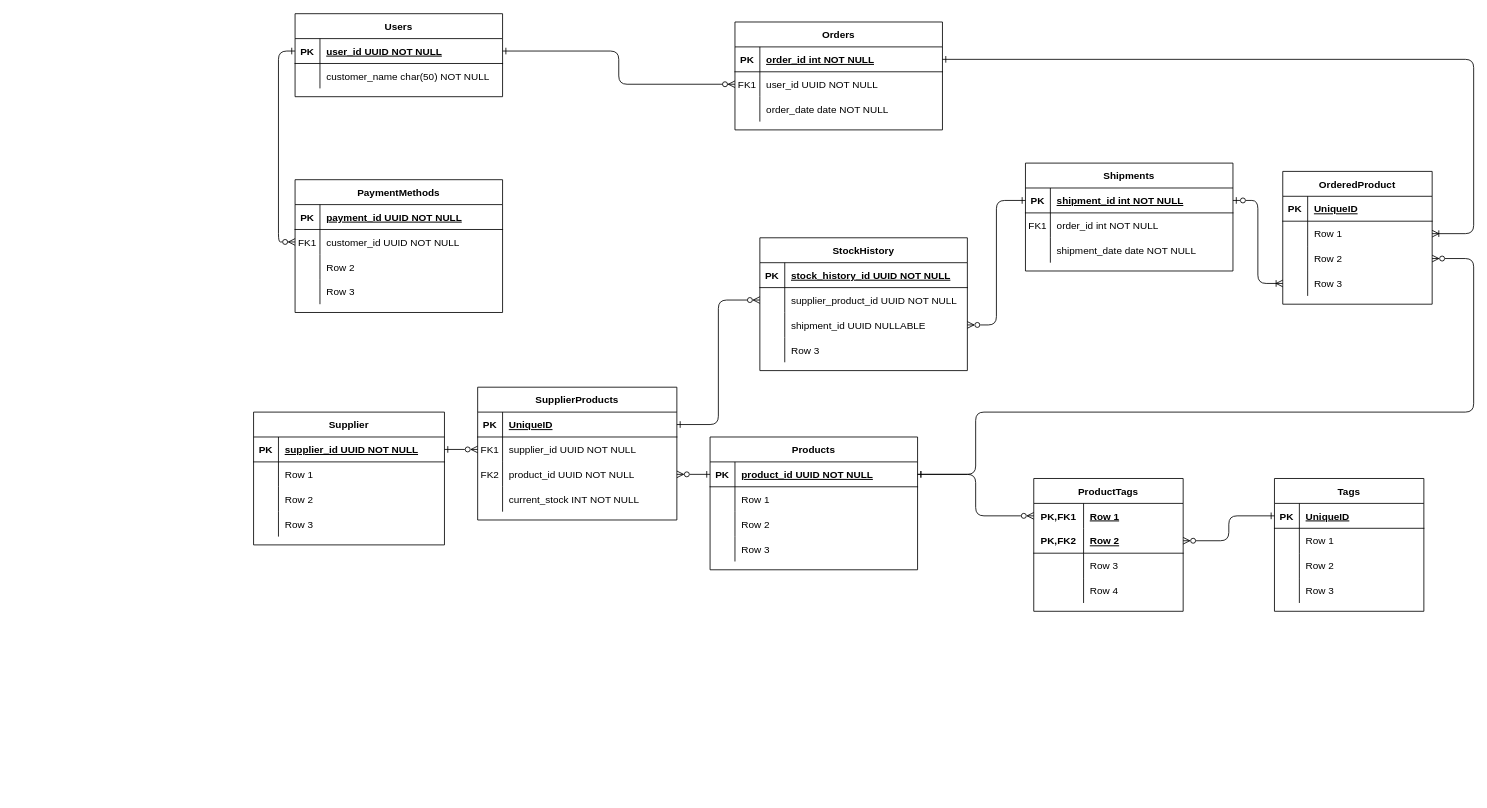
dnguyentrung1994/amazon-clone keeps this draw.io diagram as Amazon-clone.drawio. Above is the earlier version. Source tidied: cells renumbered, new cells numbered last; positions are measured from the earlier drawing's top-left corner, leaving out a move shared by most shapes. Both pictures are drawn from the tidied source at 83%, with x=0, y=0 at pixel (253, 13).
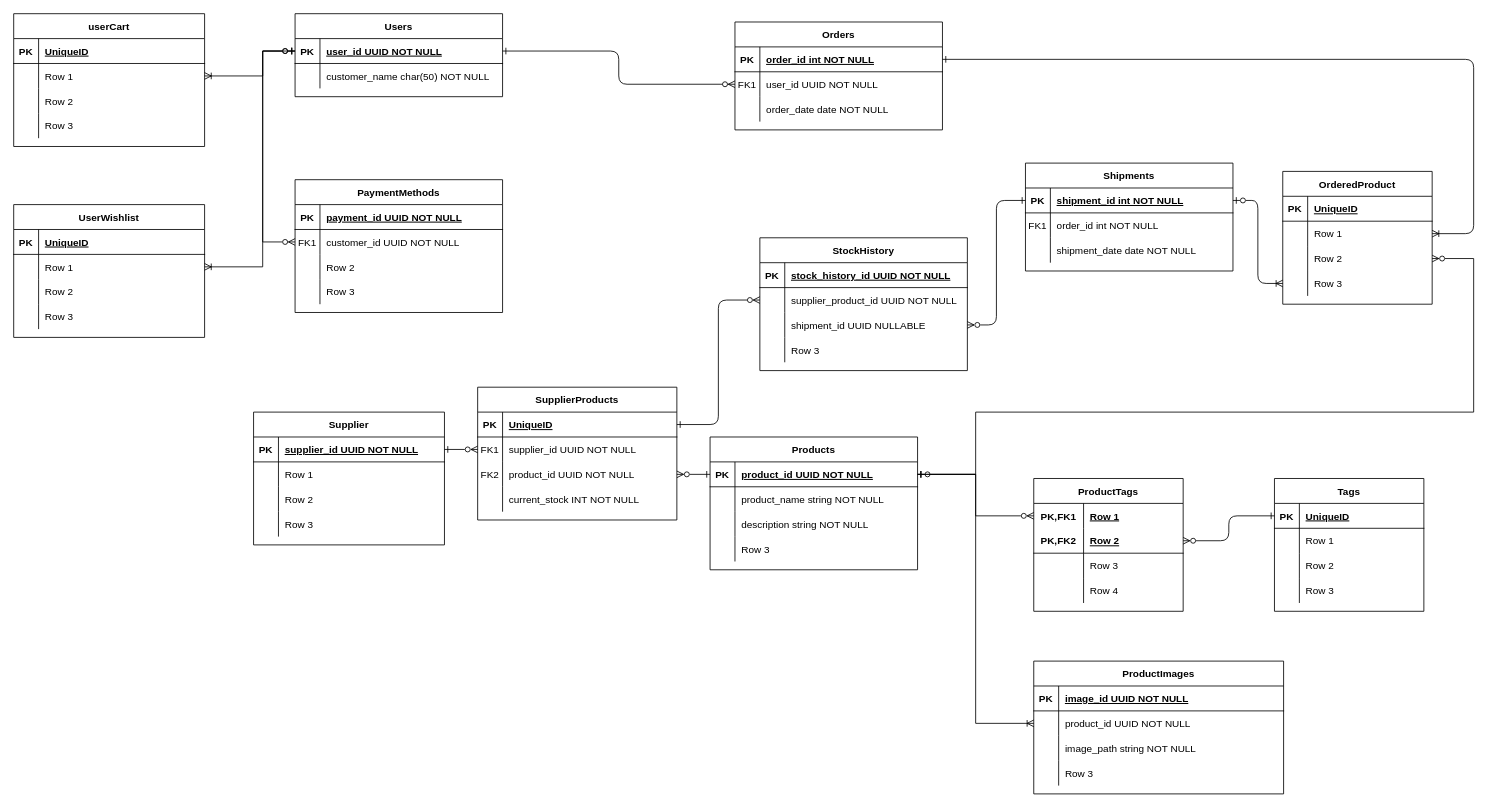
Above is the later version.

The change refers to these unchanged cells:
```xml
<mxCell id="24" style="shape=partialRectangle;fillColor=none;points=[[0,0.5],[1,0.5]];portConstraint=eastwest;top=0;left=0;right=0;bottom=1;" parent="23" vertex="1">
  <mxGeometry y="30" width="250" height="30" as="geometry" />
</mxCell>
<mxCell id="34" style="shape=tableRow;horizontal=0;startSize=0;swimlaneHead=0;swimlaneBody=0;fillColor=none;points=[[0,0.5],[1,0.5]];portConstraint=eastwest;top=0;left=0;right=0;bottom=0;" parent="30" vertex="1">
  <mxGeometry y="60" width="250" height="30" as="geometry" />
</mxCell>
<mxCell id="45" style="shape=tableRow;horizontal=0;startSize=0;swimlaneHead=0;swimlaneBody=0;fillColor=none;points=[[0,0.5],[1,0.5]];portConstraint=eastwest;top=0;left=0;right=0;bottom=1;" parent="44" vertex="1">
  <mxGeometry y="30" width="250" height="30" as="geometry" />
</mxCell>
<mxCell id="48" style="shape=tableRow;horizontal=0;startSize=0;swimlaneHead=0;swimlaneBody=0;fillColor=none;top=0;left=0;right=0;bottom=0;" parent="44" vertex="1">
  <mxGeometry y="60" width="250" height="30" as="geometry" />
</mxCell>
<mxCell id="51" style="shape=tableRow;horizontal=0;startSize=0;swimlaneHead=0;swimlaneBody=0;fillColor=none;top=0;left=0;right=0;bottom=0;" parent="44" vertex="1">
  <mxGeometry y="90" width="250" height="30" as="geometry" />
</mxCell>
<mxCell id="84" style="shape=tableRow;horizontal=0;startSize=0;swimlaneHead=0;swimlaneBody=0;fillColor=none;points=[[0,0.5],[1,0.5]];portConstraint=eastwest;top=0;left=0;right=0;bottom=0;" parent="83" vertex="1">
  <mxGeometry y="30" width="180" height="30" as="geometry" />
</mxCell>
<mxCell id="137" style="shape=tableRow;horizontal=0;startSize=0;swimlaneHead=0;swimlaneBody=0;fillColor=none;points=[[0,0.5],[1,0.5]];portConstraint=eastwest;top=0;left=0;right=0;bottom=0;" parent="130" vertex="1">
  <mxGeometry y="90" width="180" height="30" as="geometry" />
</mxCell>
```

What changed in the source:
```diff
@@
-    <mxCell id="43" style="edgeStyle=orthogonalEdgeStyle;rounded=1;jettySize=auto;html=1;exitX=0;exitY=0.5;exitDx=0;exitDy=0;startArrow=ERone;startFill=0;endArrow=ERzeroToMany;endFill=0;" parent="1" edge="1" source="24" target="34">
+    <mxCell id="43" style="edgeStyle=orthogonalEdgeStyle;rounded=0;jettySize=auto;html=1;exitX=0;exitY=0.5;exitDx=0;exitDy=0;startArrow=ERone;startFill=0;endArrow=ERzeroToMany;endFill=0;" parent="1" edge="1" source="24" target="34">
       <mxGeometry relative="1" as="geometry">
         <Array as="points">
-          <mxPoint x="30" y="45" />
-          <mxPoint x="30" y="275" />
+          <mxPoint x="11" y="45" />
+          <mxPoint x="11" y="275" />
         </Array>
       </mxGeometry>
     </mxCell>
@@
-    <mxCell id="50" value="Row 1" style="shape=partialRectangle;fillColor=none;top=0;left=0;bottom=0;right=0;align=left;spacingLeft=6;overflow=hidden;" parent="48" vertex="1">
+    <mxCell id="50" value="product_name string NOT NULL" style="shape=partialRectangle;fillColor=none;top=0;left=0;bottom=0;right=0;align=left;spacingLeft=6;overflow=hidden;" parent="48" vertex="1">
       <mxGeometry x="30" width="220" height="30" as="geometry" />
     </mxCell>
@@
-    <mxCell id="53" value="Row 2" style="shape=partialRectangle;fillColor=none;top=0;left=0;bottom=0;right=0;align=left;spacingLeft=6;overflow=hidden;" parent="51" vertex="1">
+    <mxCell id="53" value="description string NOT NULL" style="shape=partialRectangle;fillColor=none;top=0;left=0;bottom=0;right=0;align=left;spacingLeft=6;overflow=hidden;" parent="51" vertex="1">
       <mxGeometry x="30" width="220" height="30" as="geometry" />
     </mxCell>
@@
-    <mxCell id="96" style="edgeStyle=orthogonalEdgeStyle;rounded=1;jettySize=auto;html=1;exitX=1;exitY=0.5;exitDx=0;exitDy=0;entryX=0;entryY=0.5;entryDx=0;entryDy=0;startArrow=ERone;startFill=0;endArrow=ERzeroToMany;endFill=0;" parent="1" edge="1" source="45" target="84">
+    <mxCell id="96" style="edgeStyle=orthogonalEdgeStyle;rounded=0;jettySize=auto;html=1;exitX=1;exitY=0.5;exitDx=0;exitDy=0;entryX=0;entryY=0.5;entryDx=0;entryDy=0;startArrow=ERone;startFill=0;endArrow=ERzeroToMany;endFill=0;" parent="1" edge="1" source="45" target="84">
       <mxGeometry relative="1" as="geometry" />
     </mxCell>
@@
-    <mxCell id="129" style="edgeStyle=orthogonalEdgeStyle;rounded=1;jettySize=auto;html=1;exitX=1;exitY=0.5;exitDx=0;exitDy=0;startArrow=ERone;startFill=0;endArrow=ERzeroToMany;endFill=0;entryX=1;entryY=0.5;entryDx=0;entryDy=0;" parent="1" edge="1" source="45" target="137">
+    <mxCell id="129" style="edgeStyle=orthogonalEdgeStyle;rounded=0;jettySize=auto;html=1;exitX=1;exitY=0.5;exitDx=0;exitDy=0;startArrow=ERone;startFill=0;endArrow=ERzeroToMany;endFill=0;entryX=1;entryY=0.5;entryDx=0;entryDy=0;" parent="1" edge="1" source="45" target="137">
       <mxGeometry relative="1" as="geometry">
         <Array as="points">
           <mxPoint x="870" y="555" />
           <mxPoint x="870" y="480" />
           <mxPoint x="1470" y="480" />
           <mxPoint x="1470" y="295" />
         </Array>
       </mxGeometry>
     </mxCell>
@@
+    <mxCell id="144" value="ProductImages" style="shape=table;startSize=30;childLayout=tableLayout;rowLines=0;fontStyle=1;align=center;" parent="1" vertex="1">
+      <mxGeometry x="940" y="780" width="301" height="160" as="geometry" />
+    </mxCell>
+    <mxCell id="145" style="shape=tableRow;horizontal=0;startSize=0;swimlaneHead=0;swimlaneBody=0;fillColor=none;top=0;left=0;right=0;bottom=1;" parent="144" vertex="1">
+      <mxGeometry y="30" width="301" height="30" as="geometry" />
+    </mxCell>
+    <mxCell id="146" value="PK" style="shape=partialRectangle;fillColor=none;top=0;left=0;bottom=0;right=0;fontStyle=1;overflow=hidden;" parent="145" vertex="1">
+      <mxGeometry width="30" height="30" as="geometry" />
+    </mxCell>
+    <mxCell id="147" value="image_id UUID NOT NULL" style="shape=partialRectangle;fillColor=none;top=0;left=0;bottom=0;right=0;align=left;spacingLeft=6;fontStyle=5;overflow=hidden;" parent="145" vertex="1">
+      <mxGeometry x="30" width="271" height="30" as="geometry" />
+    </mxCell>
+    <mxCell id="148" style="shape=tableRow;horizontal=0;startSize=0;swimlaneHead=0;swimlaneBody=0;fillColor=none;points=[[0,0.5],[1,0.5]];portConstraint=eastwest;top=0;left=0;right=0;bottom=0;" parent="144" vertex="1">
+      <mxGeometry y="60" width="301" height="30" as="geometry" />
+    </mxCell>
+    <mxCell id="149" style="shape=partialRectangle;fillColor=none;top=0;left=0;bottom=0;right=0;overflow=hidden;" parent="148" vertex="1">
+      <mxGeometry width="30" height="30" as="geometry" />
+    </mxCell>
+    <mxCell id="150" value="product_id UUID NOT NULL" style="shape=partialRectangle;fillColor=none;top=0;left=0;bottom=0;right=0;align=left;spacingLeft=6;overflow=hidden;" parent="148" vertex="1">
+      <mxGeometry x="30" width="271" height="30" as="geometry" />
+    </mxCell>
+    <mxCell id="151" style="shape=tableRow;horizontal=0;startSize=0;swimlaneHead=0;swimlaneBody=0;fillColor=none;top=0;left=0;right=0;bottom=0;" parent="144" vertex="1">
+      <mxGeometry y="90" width="301" height="30" as="geometry" />
+    </mxCell>
+    <mxCell id="152" style="shape=partialRectangle;fillColor=none;top=0;left=0;bottom=0;right=0;overflow=hidden;" parent="151" vertex="1">
+      <mxGeometry width="30" height="30" as="geometry" />
+    </mxCell>
+    <mxCell id="153" value="image_path string NOT NULL" style="shape=partialRectangle;fillColor=none;top=0;left=0;bottom=0;right=0;align=left;spacingLeft=6;overflow=hidden;" parent="151" vertex="1">
+      <mxGeometry x="30" width="271" height="30" as="geometry" />
+    </mxCell>
+    <mxCell id="154" style="shape=tableRow;horizontal=0;startSize=0;swimlaneHead=0;swimlaneBody=0;fillColor=none;top=0;left=0;right=0;bottom=0;" parent="144" vertex="1">
+      <mxGeometry y="120" width="301" height="30" as="geometry" />
+    </mxCell>
+    <mxCell id="155" style="shape=partialRectangle;fillColor=none;top=0;left=0;bottom=0;right=0;overflow=hidden;" parent="154" vertex="1">
+      <mxGeometry width="30" height="30" as="geometry" />
+    </mxCell>
+    <mxCell id="156" value="Row 3" style="shape=partialRectangle;fillColor=none;top=0;left=0;bottom=0;right=0;align=left;spacingLeft=6;overflow=hidden;" parent="154" vertex="1">
+      <mxGeometry x="30" width="271" height="30" as="geometry" />
+    </mxCell>
+    <mxCell id="157" style="edgeStyle=orthogonalEdgeStyle;rounded=0;jettySize=auto;html=1;exitX=1;exitY=0.5;exitDx=0;exitDy=0;startArrow=ERzeroToOne;startFill=0;endArrow=ERoneToMany;endFill=0;" parent="1" edge="1" source="45" target="148">
+      <mxGeometry relative="1" as="geometry" />
+    </mxCell>
+    <mxCell id="158" value="userCart" style="shape=table;startSize=30;childLayout=tableLayout;rowLines=0;fontStyle=1;align=center;" parent="1" vertex="1">
+      <mxGeometry x="-289" width="230" height="160" as="geometry" />
+    </mxCell>
+    <mxCell id="159" style="shape=tableRow;horizontal=0;startSize=0;swimlaneHead=0;swimlaneBody=0;fillColor=none;top=0;left=0;right=0;bottom=1;" parent="158" vertex="1">
+      <mxGeometry y="30" width="230" height="30" as="geometry" />
+    </mxCell>
+    <mxCell id="160" value="PK" style="shape=partialRectangle;fillColor=none;top=0;left=0;bottom=0;right=0;fontStyle=1;overflow=hidden;" parent="159" vertex="1">
+      <mxGeometry width="30" height="30" as="geometry" />
+    </mxCell>
+    <mxCell id="161" value="UniqueID" style="shape=partialRectangle;fillColor=none;top=0;left=0;bottom=0;right=0;align=left;spacingLeft=6;fontStyle=5;overflow=hidden;" parent="159" vertex="1">
+      <mxGeometry x="30" width="200" height="30" as="geometry" />
+    </mxCell>
+    <mxCell id="162" style="shape=tableRow;horizontal=0;startSize=0;swimlaneHead=0;swimlaneBody=0;fillColor=none;points=[[0,0.5],[1,0.5]];portConstraint=eastwest;top=0;left=0;right=0;bottom=0;" parent="158" vertex="1">
+      <mxGeometry y="60" width="230" height="30" as="geometry" />
+    </mxCell>
+    <mxCell id="163" style="shape=partialRectangle;fillColor=none;top=0;left=0;bottom=0;right=0;overflow=hidden;" parent="162" vertex="1">
+      <mxGeometry width="30" height="30" as="geometry" />
+    </mxCell>
+    <mxCell id="164" value="Row 1" style="shape=partialRectangle;fillColor=none;top=0;left=0;bottom=0;right=0;align=left;spacingLeft=6;overflow=hidden;" parent="162" vertex="1">
+      <mxGeometry x="30" width="200" height="30" as="geometry" />
+    </mxCell>
+    <mxCell id="165" style="shape=tableRow;horizontal=0;startSize=0;swimlaneHead=0;swimlaneBody=0;fillColor=none;top=0;left=0;right=0;bottom=0;" parent="158" vertex="1">
+      <mxGeometry y="90" width="230" height="30" as="geometry" />
+    </mxCell>
+    <mxCell id="166" style="shape=partialRectangle;fillColor=none;top=0;left=0;bottom=0;right=0;overflow=hidden;" parent="165" vertex="1">
+      <mxGeometry width="30" height="30" as="geometry" />
+    </mxCell>
+    <mxCell id="167" value="Row 2" style="shape=partialRectangle;fillColor=none;top=0;left=0;bottom=0;right=0;align=left;spacingLeft=6;overflow=hidden;" parent="165" vertex="1">
+      <mxGeometry x="30" width="200" height="30" as="geometry" />
+    </mxCell>
+    <mxCell id="168" style="shape=tableRow;horizontal=0;startSize=0;swimlaneHead=0;swimlaneBody=0;fillColor=none;top=0;left=0;right=0;bottom=0;" parent="158" vertex="1">
+      <mxGeometry y="120" width="230" height="30" as="geometry" />
+    </mxCell>
+    <mxCell id="169" style="shape=partialRectangle;fillColor=none;top=0;left=0;bottom=0;right=0;overflow=hidden;" parent="168" vertex="1">
+      <mxGeometry width="30" height="30" as="geometry" />
+    </mxCell>
+    <mxCell id="170" value="Row 3" style="shape=partialRectangle;fillColor=none;top=0;left=0;bottom=0;right=0;align=left;spacingLeft=6;overflow=hidden;" parent="168" vertex="1">
+      <mxGeometry x="30" width="200" height="30" as="geometry" />
+    </mxCell>
+    <mxCell id="171" value="UserWishlist" style="shape=table;startSize=30;childLayout=tableLayout;rowLines=0;fontStyle=1;align=center;" parent="1" vertex="1">
+      <mxGeometry x="-289" y="230" width="230" height="160" as="geometry" />
+    </mxCell>
+    <mxCell id="172" style="shape=tableRow;horizontal=0;startSize=0;swimlaneHead=0;swimlaneBody=0;fillColor=none;top=0;left=0;right=0;bottom=1;" parent="171" vertex="1">
+      <mxGeometry y="30" width="230" height="30" as="geometry" />
+    </mxCell>
+    <mxCell id="173" value="PK" style="shape=partialRectangle;fillColor=none;top=0;left=0;bottom=0;right=0;fontStyle=1;overflow=hidden;" parent="172" vertex="1">
+      <mxGeometry width="30" height="30" as="geometry" />
+    </mxCell>
+    <mxCell id="174" value="UniqueID" style="shape=partialRectangle;fillColor=none;top=0;left=0;bottom=0;right=0;align=left;spacingLeft=6;fontStyle=5;overflow=hidden;" parent="172" vertex="1">
+      <mxGeometry x="30" width="200" height="30" as="geometry" />
+    </mxCell>
+    <mxCell id="175" style="shape=tableRow;horizontal=0;startSize=0;swimlaneHead=0;swimlaneBody=0;fillColor=none;points=[[0,0.5],[1,0.5]];portConstraint=eastwest;top=0;left=0;right=0;bottom=0;" parent="171" vertex="1">
+      <mxGeometry y="60" width="230" height="30" as="geometry" />
+    </mxCell>
+    <mxCell id="176" style="shape=partialRectangle;fillColor=none;top=0;left=0;bottom=0;right=0;overflow=hidden;" parent="175" vertex="1">
+      <mxGeometry width="30" height="30" as="geometry" />
+    </mxCell>
+    <mxCell id="177" value="Row 1" style="shape=partialRectangle;fillColor=none;top=0;left=0;bottom=0;right=0;align=left;spacingLeft=6;overflow=hidden;" parent="175" vertex="1">
+      <mxGeometry x="30" width="200" height="30" as="geometry" />
+    </mxCell>
+    <mxCell id="178" style="shape=tableRow;horizontal=0;startSize=0;swimlaneHead=0;swimlaneBody=0;fillColor=none;top=0;left=0;right=0;bottom=0;" parent="171" vertex="1">
+      <mxGeometry y="90" width="230" height="30" as="geometry" />
+    </mxCell>
+    <mxCell id="179" style="shape=partialRectangle;fillColor=none;top=0;left=0;bottom=0;right=0;overflow=hidden;" parent="178" vertex="1">
+      <mxGeometry width="30" height="30" as="geometry" />
+    </mxCell>
+    <mxCell id="180" value="Row 2" style="shape=partialRectangle;fillColor=none;top=0;left=0;bottom=0;right=0;align=left;spacingLeft=6;overflow=hidden;" parent="178" vertex="1">
+      <mxGeometry x="30" width="200" height="30" as="geometry" />
+    </mxCell>
+    <mxCell id="181" style="shape=tableRow;horizontal=0;startSize=0;swimlaneHead=0;swimlaneBody=0;fillColor=none;top=0;left=0;right=0;bottom=0;" parent="171" vertex="1">
+      <mxGeometry y="120" width="230" height="30" as="geometry" />
+    </mxCell>
+    <mxCell id="182" style="shape=partialRectangle;fillColor=none;top=0;left=0;bottom=0;right=0;overflow=hidden;" parent="181" vertex="1">
+      <mxGeometry width="30" height="30" as="geometry" />
+    </mxCell>
+    <mxCell id="183" value="Row 3" style="shape=partialRectangle;fillColor=none;top=0;left=0;bottom=0;right=0;align=left;spacingLeft=6;overflow=hidden;" parent="181" vertex="1">
+      <mxGeometry x="30" width="200" height="30" as="geometry" />
+    </mxCell>
+    <mxCell id="184" style="edgeStyle=orthogonalEdgeStyle;rounded=0;jettySize=auto;html=1;exitX=0;exitY=0.5;exitDx=0;exitDy=0;entryX=1;entryY=0.5;entryDx=0;entryDy=0;startArrow=ERzeroToOne;startFill=0;endArrow=ERoneToMany;endFill=0;" parent="1" edge="1" source="24" target="162">
+      <mxGeometry relative="1" as="geometry">
+        <Array as="points">
+          <mxPoint x="11" y="45" />
+          <mxPoint x="11" y="75" />
+        </Array>
+      </mxGeometry>
+    </mxCell>
+    <mxCell id="185" style="edgeStyle=orthogonalEdgeStyle;rounded=0;jettySize=auto;html=1;exitX=0;exitY=0.5;exitDx=0;exitDy=0;entryX=1;entryY=0.5;entryDx=0;entryDy=0;startArrow=ERzeroToOne;startFill=0;endArrow=ERoneToMany;endFill=0;" parent="1" edge="1" source="24" target="175">
+      <mxGeometry relative="1" as="geometry">
+        <Array as="points">
+          <mxPoint x="11" y="45" />
+          <mxPoint x="11" y="305" />
+        </Array>
+      </mxGeometry>
+    </mxCell>
```
